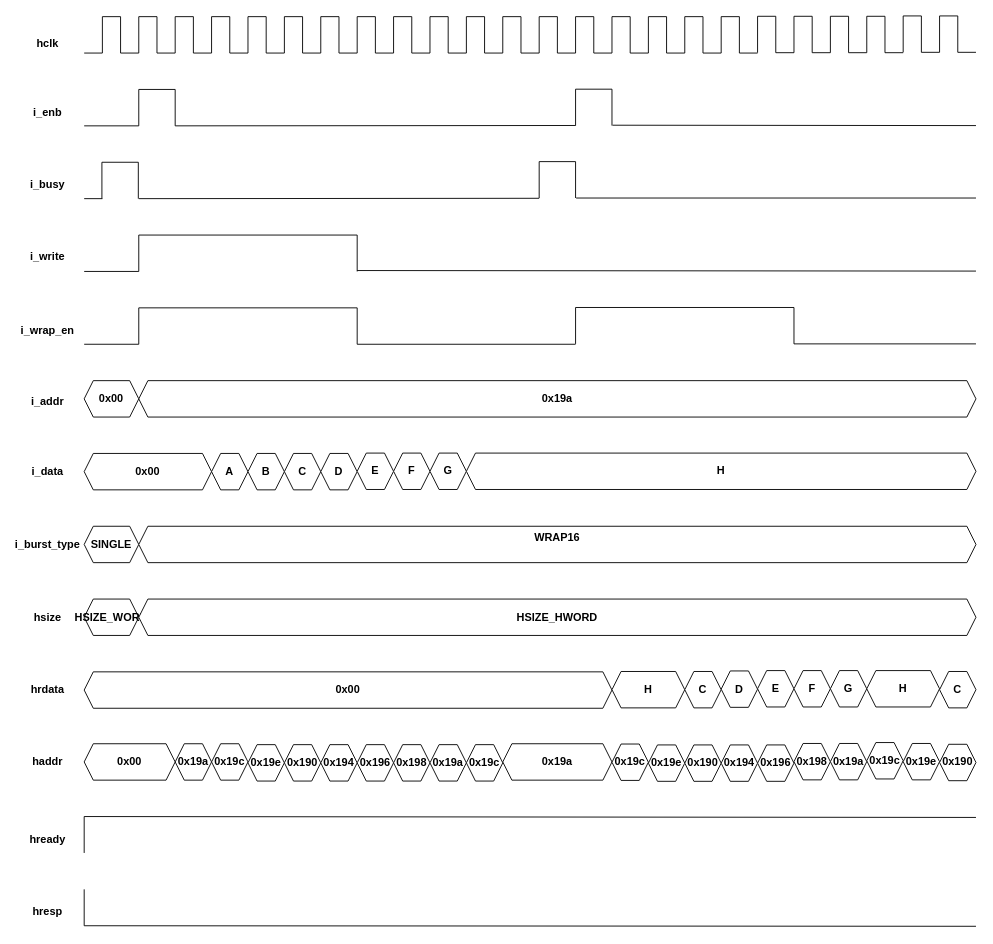
This is page "WRAP16" (18 of 18) of AMBA AHB.drawio from 106210049/AMBA-AHB, a draw.io file, before an edit. Source tidied: cells renumbered, new cells numbered last; positions are measured from the earlier drawing's top-left corner, leaving out a move shared by most shapes. Both pictures are drawn from the tidied source at 91%, with x=0, y=0 at pixel (20, 15).
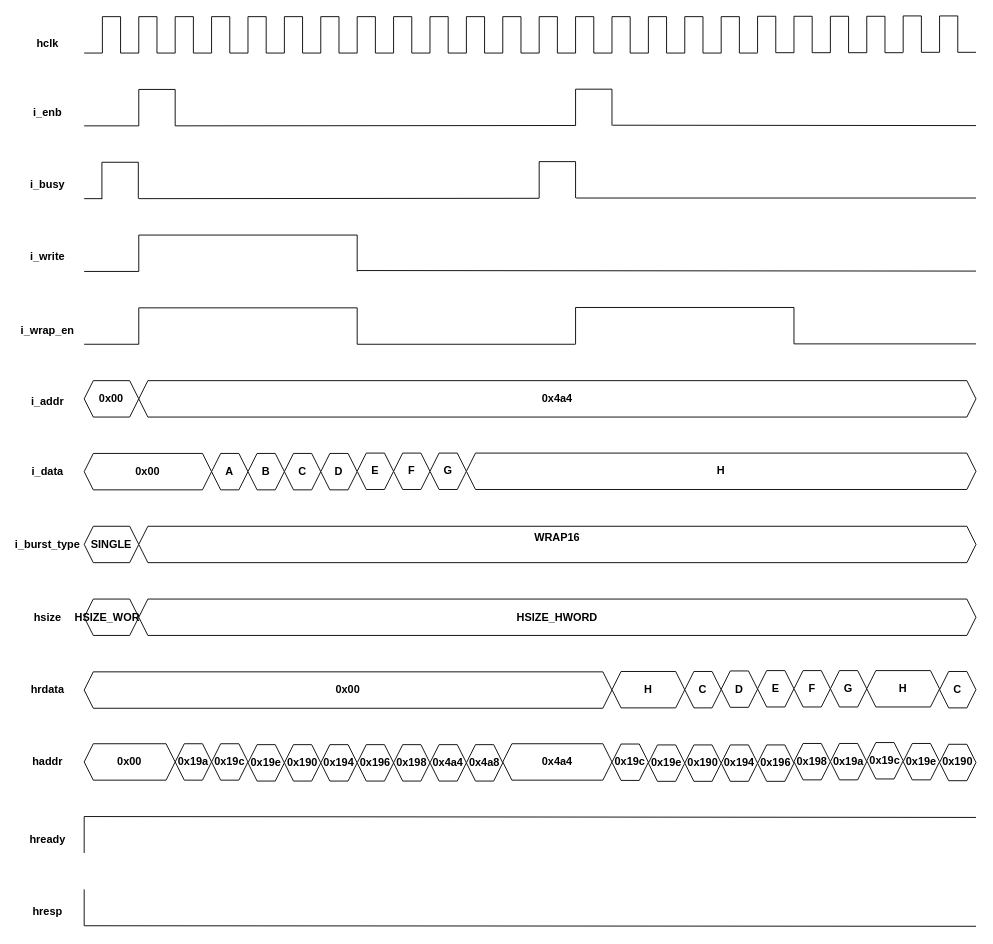
The same diagram, later.

Change to the diagram source:
```diff
@@
-    <mxCell id="83" value="0x19a" style="shape=hexagon;perimeter=hexagonPerimeter2;whiteSpace=wrap;html=1;shapeInside=1;fixedSize=1;size=10;fontStyle=1;" parent="1" vertex="1">
+    <mxCell id="83" value="0x4a4" style="shape=hexagon;perimeter=hexagonPerimeter2;whiteSpace=wrap;html=1;shapeInside=1;fixedSize=1;size=10;fontStyle=1;" parent="1" vertex="1">
       <mxGeometry x="130" y="400.8" width="920" height="40" as="geometry" />
     </mxCell>
@@
-    <mxCell id="172" value="0x19a" style="shape=hexagon;perimeter=hexagonPerimeter2;whiteSpace=wrap;html=1;shapeInside=1;fixedSize=1;size=10;fontStyle=1;" parent="1" vertex="1">
+    <mxCell id="172" value="0x4a4" style="shape=hexagon;perimeter=hexagonPerimeter2;whiteSpace=wrap;html=1;shapeInside=1;fixedSize=1;size=10;fontStyle=1;" parent="1" vertex="1">
       <mxGeometry x="450" y="800.8" width="40" height="40" as="geometry" />
     </mxCell>
-    <mxCell id="173" value="0x19c" style="shape=hexagon;perimeter=hexagonPerimeter2;whiteSpace=wrap;html=1;shapeInside=1;fixedSize=1;size=10;fontStyle=1;" parent="1" vertex="1">
+    <mxCell id="173" value="0x4a8" style="shape=hexagon;perimeter=hexagonPerimeter2;whiteSpace=wrap;html=1;shapeInside=1;fixedSize=1;size=10;fontStyle=1;" parent="1" vertex="1">
       <mxGeometry x="490" y="800.8" width="40" height="40" as="geometry" />
     </mxCell>
-    <mxCell id="174" value="0x19a" style="shape=hexagon;perimeter=hexagonPerimeter2;whiteSpace=wrap;html=1;shapeInside=1;fixedSize=1;size=10;fontStyle=1;" parent="1" vertex="1">
+    <mxCell id="174" value="0x4a4" style="shape=hexagon;perimeter=hexagonPerimeter2;whiteSpace=wrap;html=1;shapeInside=1;fixedSize=1;size=10;fontStyle=1;" parent="1" vertex="1">
       <mxGeometry x="530" y="799.8" width="120" height="40" as="geometry" />
     </mxCell>
```
